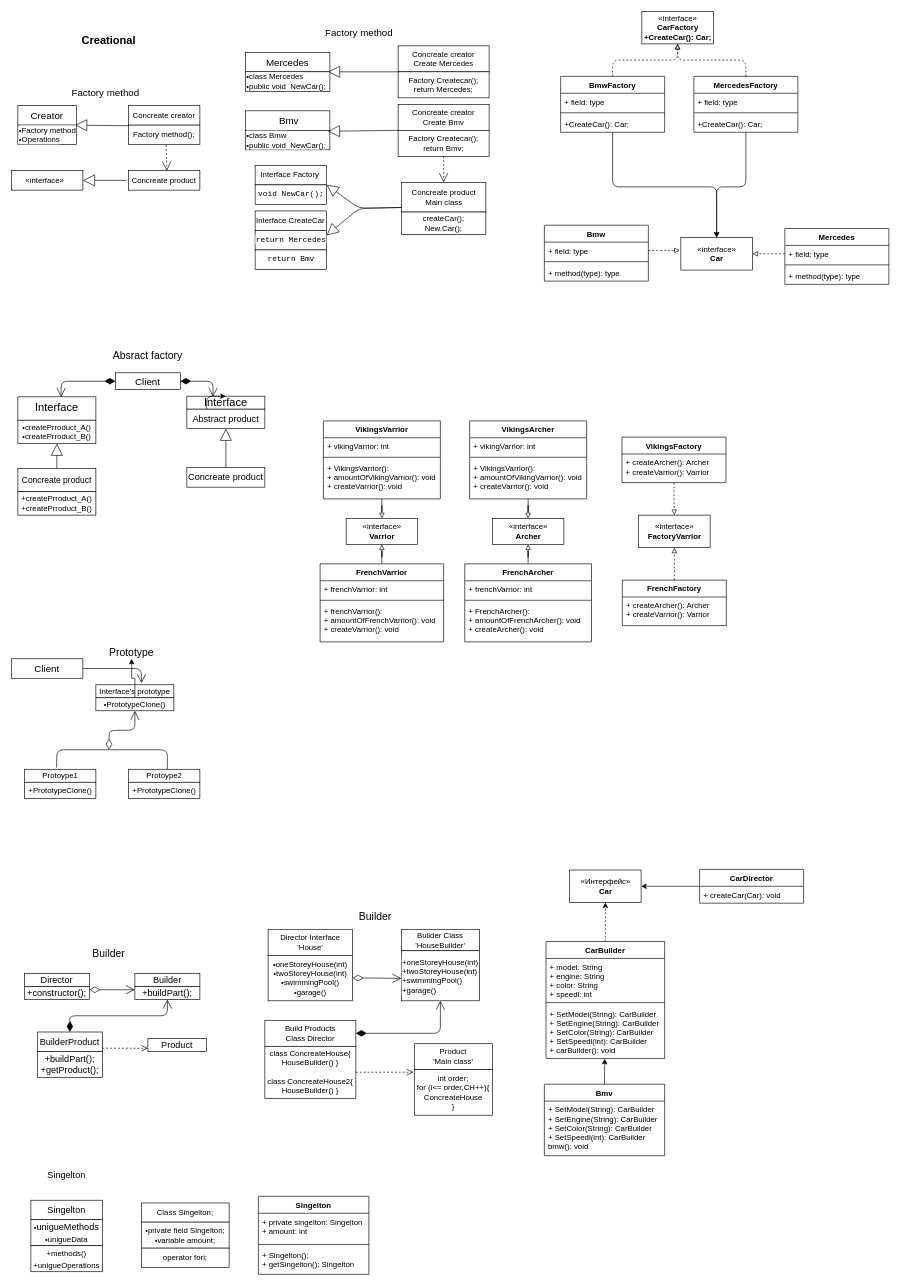
Earlier version of the draw.io diagram Untitled Diagram.drawio (antonshikalyov/Diagram-patterns-). Source tidied: cells renumbered, new cells numbered last; positions are measured from the earlier drawing's top-left corner, leaving out a move shared by most shapes. Both pictures are drawn from the tidied source at 65%, with x=0, y=0 at pixel (11, 11).
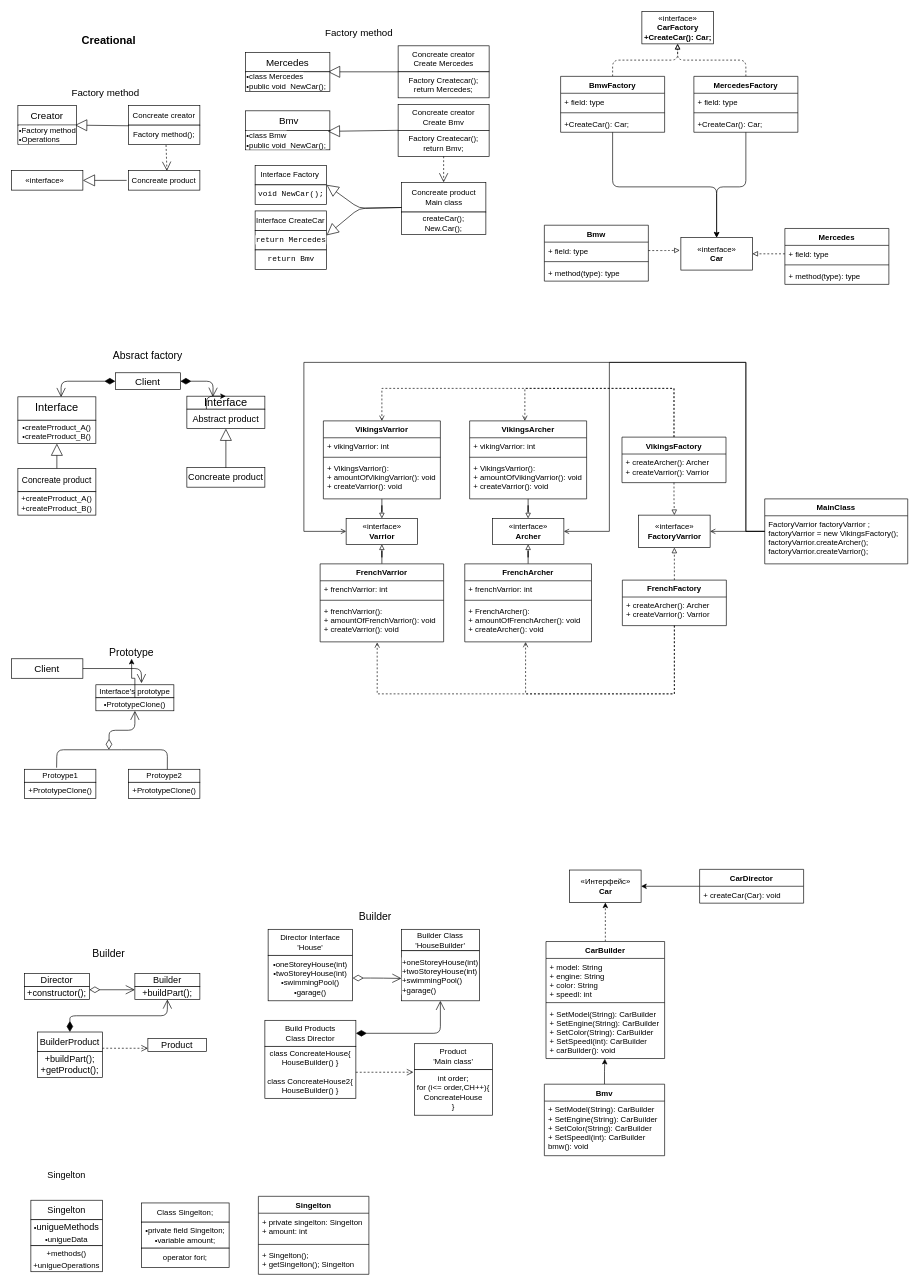
The same diagram, later.

The change refers to these unchanged cells:
```xml
<mxCell id="174" value="«interface»&lt;br&gt;&lt;b&gt;Varrior&lt;/b&gt;" style="html=1;" parent="1" vertex="1">
  <mxGeometry x="515" y="780" width="110" height="40" as="geometry" />
</mxCell>
<mxCell id="175" value="«interface»&lt;br&gt;&lt;b&gt;Archer&lt;/b&gt;" style="html=1;" parent="1" vertex="1">
  <mxGeometry x="740" y="780" width="110" height="40" as="geometry" />
</mxCell>
<mxCell id="177" value="VikingsVarrior" style="swimlane;fontStyle=1;align=center;verticalAlign=top;horizontal=1;startSize=26;" parent="1" vertex="1">
  <mxGeometry x="480" y="630" width="180" height="120" as="geometry" />
</mxCell>
<mxCell id="182" value="VikingsArcher" style="swimlane;fontStyle=1;align=center;verticalAlign=top;horizontal=1;startSize=26;" parent="1" vertex="1">
  <mxGeometry x="705" y="630" width="180" height="120" as="geometry" />
</mxCell>
<mxCell id="190" value="+ frenchVarrior(): &#10;+ amountOfFrenchVarrior(): void&#10;+ createVarrior(): void" style="text;strokeColor=none;fillColor=none;align=left;verticalAlign=top;spacingLeft=4;spacingRight=4;overflow=hidden;points=[[0,0.5],[1,0.5]];portConstraint=eastwest;" parent="187" vertex="1">
  <mxGeometry y="60" width="190" height="60" as="geometry" />
</mxCell>
<mxCell id="195" value="+ FrenchArcher(): &#10;+ amountOfFrenchArcher(): void&#10;+ createArcher(): void" style="text;strokeColor=none;fillColor=none;align=left;verticalAlign=top;spacingLeft=4;spacingRight=4;overflow=hidden;points=[[0,0.5],[1,0.5]];portConstraint=eastwest;" parent="192" vertex="1">
  <mxGeometry y="60" width="195" height="60" as="geometry" />
</mxCell>
<mxCell id="196" value="«interface»&lt;br&gt;&lt;b&gt;FactoryVarrior&lt;/b&gt;" style="html=1;" parent="1" vertex="1">
  <mxGeometry x="965" y="775" width="110" height="50" as="geometry" />
</mxCell>
<mxCell id="198" value="VikingsFactory" style="swimlane;fontStyle=1;align=center;verticalAlign=top;horizontal=1;startSize=26;" parent="1" vertex="1">
  <mxGeometry x="939.4" y="655" width="160" height="70" as="geometry" />
</mxCell>
<mxCell id="201" value="FrenchFactory" style="swimlane;fontStyle=1;align=center;verticalAlign=top;horizontal=1;startSize=26;" parent="1" vertex="1">
  <mxGeometry x="940" y="875" width="160" height="70" as="geometry" />
</mxCell>
```

Diff of the diagram source:
```diff
@@
+    <mxCell id="203" style="edgeStyle=orthogonalEdgeStyle;rounded=0;jettySize=auto;html=1;dashed=1;endArrow=open;endFill=0;entryX=0.5;entryY=0;entryDx=0;entryDy=0;" parent="1" edge="1" source="198" target="177">
+      <mxGeometry relative="1" as="geometry">
+        <Array as="points">
+          <mxPoint x="1019" y="580" />
+          <mxPoint x="570" y="580" />
+        </Array>
+      </mxGeometry>
+    </mxCell>
+    <mxCell id="204" style="edgeStyle=orthogonalEdgeStyle;rounded=0;jettySize=auto;html=1;entryX=0.472;entryY=0;entryDx=0;entryDy=0;entryPerimeter=0;dashed=1;endArrow=open;endFill=0;" parent="1" edge="1" source="198" target="182">
+      <mxGeometry relative="1" as="geometry">
+        <Array as="points">
+          <mxPoint x="1019" y="580" />
+          <mxPoint x="790" y="580" />
+        </Array>
+      </mxGeometry>
+    </mxCell>
@@
+    <mxCell id="205" style="edgeStyle=orthogonalEdgeStyle;rounded=0;jettySize=auto;html=1;dashed=1;endArrow=open;endFill=0;entryX=0.462;entryY=1.015;entryDx=0;entryDy=0;entryPerimeter=0;" parent="1" edge="1" source="201" target="190">
+      <mxGeometry relative="1" as="geometry">
+        <Array as="points">
+          <mxPoint x="1020" y="1050" />
+          <mxPoint x="563" y="1050" />
+        </Array>
+      </mxGeometry>
+    </mxCell>
+    <mxCell id="206" style="edgeStyle=orthogonalEdgeStyle;rounded=0;jettySize=auto;html=1;entryX=0.48;entryY=1.003;entryDx=0;entryDy=0;entryPerimeter=0;dashed=1;endArrow=open;endFill=0;" parent="1" edge="1" source="201" target="195">
+      <mxGeometry relative="1" as="geometry">
+        <Array as="points">
+          <mxPoint x="1020" y="1050" />
+          <mxPoint x="791" y="1050" />
+        </Array>
+      </mxGeometry>
+    </mxCell>
@@
+    <mxCell id="207" style="edgeStyle=orthogonalEdgeStyle;rounded=0;jettySize=auto;html=1;endArrow=open;endFill=0;" parent="1" edge="1" source="209" target="196">
+      <mxGeometry relative="1" as="geometry" />
+    </mxCell>
+    <mxCell id="208" style="edgeStyle=orthogonalEdgeStyle;rounded=0;jettySize=auto;html=1;entryX=0;entryY=0.5;entryDx=0;entryDy=0;endArrow=open;endFill=0;" parent="1" edge="1" source="209" target="174">
+      <mxGeometry relative="1" as="geometry">
+        <Array as="points">
+          <mxPoint x="1130" y="800" />
+          <mxPoint x="1130" y="540" />
+          <mxPoint x="450" y="540" />
+          <mxPoint x="450" y="800" />
+        </Array>
+      </mxGeometry>
+    </mxCell>
+    <mxCell id="209" value="MainClass" style="swimlane;fontStyle=1;align=center;verticalAlign=top;horizontal=1;startSize=26;" parent="1" vertex="1">
+      <mxGeometry x="1159" y="750" width="220" height="100" as="geometry" />
+    </mxCell>
+    <mxCell id="210" value="FactoryVarrior factoryVarrior ;&#10;factoryVarrior = new VikingsFactory();&#10;factoryVarrior.createArcher();&#10;factoryVarrior.createVarrior();" style="text;strokeColor=none;fillColor=none;align=left;verticalAlign=top;spacingLeft=4;spacingRight=4;overflow=hidden;points=[[0,0.5],[1,0.5]];portConstraint=eastwest;" parent="209" vertex="1">
+      <mxGeometry y="26" width="220" height="74" as="geometry" />
+    </mxCell>
+    <mxCell id="211" style="edgeStyle=orthogonalEdgeStyle;rounded=0;jettySize=auto;html=1;entryX=1;entryY=0.5;entryDx=0;entryDy=0;endArrow=open;endFill=0;" parent="1" edge="1" source="210" target="175">
+      <mxGeometry relative="1" as="geometry">
+        <Array as="points">
+          <mxPoint x="1130" y="800" />
+          <mxPoint x="1130" y="540" />
+          <mxPoint x="920" y="540" />
+          <mxPoint x="920" y="800" />
+        </Array>
+      </mxGeometry>
+    </mxCell>
```
